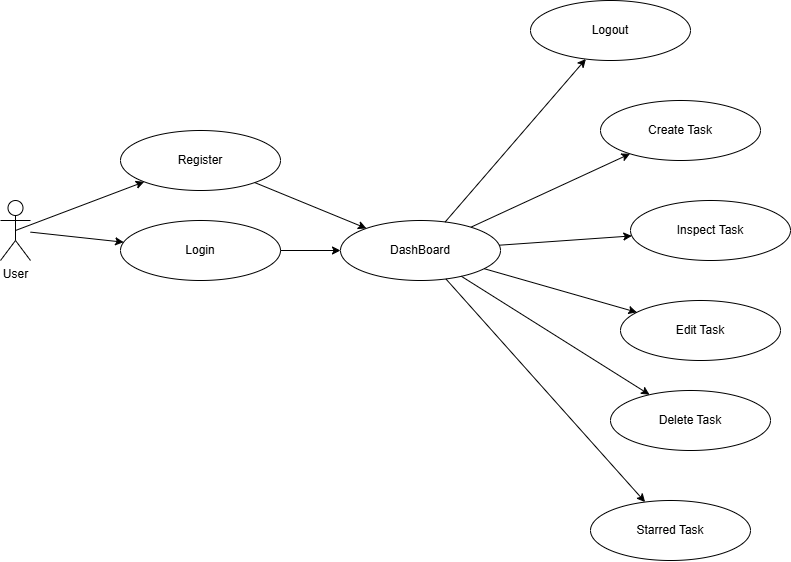
The draw.io diagram public/images/use_case.drawio.png in ngnhonk/laravel-task-manager, before a commit. Source tidied: cells renumbered, new cells last; positions are measured from the earlier drawing's top-left corner, leaving out a move shared by most shapes.
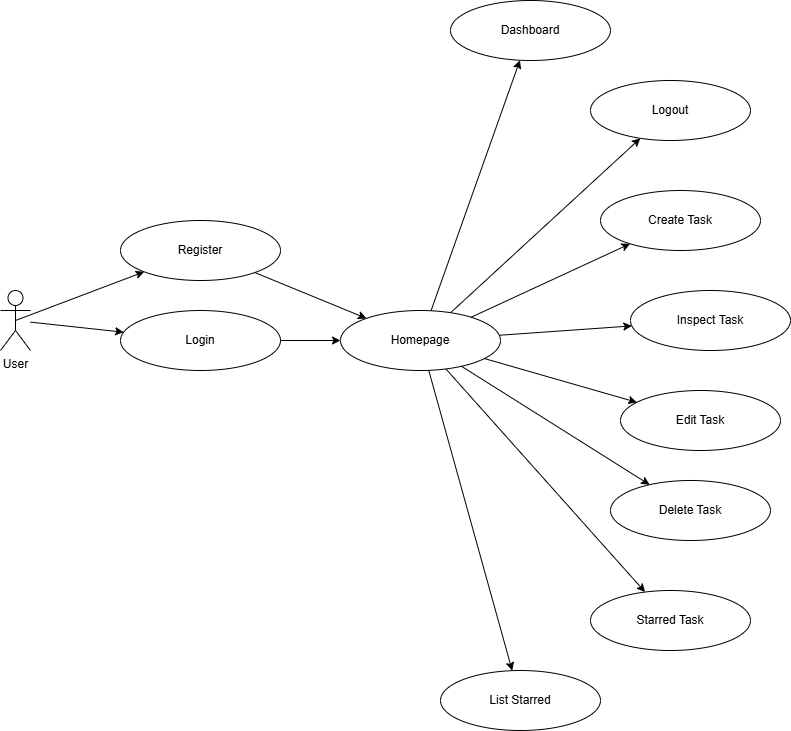
After the commit.

The edit, as a diff of the source:
```diff
@@ -11,11 +11,11 @@
     <mxCell id="4" value="Login" style="ellipse;whiteSpace=wrap;html=1;" parent="1" vertex="1">
       <mxGeometry x="120" y="220" width="160" height="60" as="geometry" />
     </mxCell>
-    <mxCell id="5" value="DashBoard" style="ellipse;whiteSpace=wrap;html=1;" parent="1" vertex="1">
+    <mxCell id="5" value="Homepage" style="ellipse;whiteSpace=wrap;html=1;" parent="1" vertex="1">
       <mxGeometry x="340" y="220" width="160" height="60" as="geometry" />
     </mxCell>
     <mxCell id="6" value="Logout" style="ellipse;whiteSpace=wrap;html=1;" parent="1" vertex="1">
-      <mxGeometry x="530" width="160" height="60" as="geometry" />
+      <mxGeometry x="590" y="-10" width="160" height="60" as="geometry" />
     </mxCell>
     <mxCell id="7" value="Create Task" style="ellipse;whiteSpace=wrap;html=1;" parent="1" vertex="1">
       <mxGeometry x="600" y="100" width="160" height="60" as="geometry" />
@@ -62,5 +62,17 @@
     <mxCell id="21" style="endArrow=classic;html=1;rounded=0;" parent="1" edge="1" source="5" target="11">
       <mxGeometry relative="1" as="geometry" />
     </mxCell>
+    <mxCell id="22" value="Dashboard" style="ellipse;whiteSpace=wrap;html=1;" parent="1" vertex="1">
+      <mxGeometry x="450" y="-90" width="160" height="60" as="geometry" />
+    </mxCell>
+    <mxCell id="23" style="endArrow=classic;html=1;rounded=0;" parent="1" edge="1" source="5" target="22">
+      <mxGeometry relative="1" as="geometry" />
+    </mxCell>
+    <mxCell id="24" value="List Starred" style="ellipse;whiteSpace=wrap;html=1;" parent="1" vertex="1">
+      <mxGeometry x="440" y="580" width="160" height="60" as="geometry" />
+    </mxCell>
+    <mxCell id="25" style="endArrow=classic;html=1;rounded=0;" parent="1" edge="1" source="5" target="24">
+      <mxGeometry relative="1" as="geometry" />
+    </mxCell>
   </root>
 </mxGraphModel>
```
